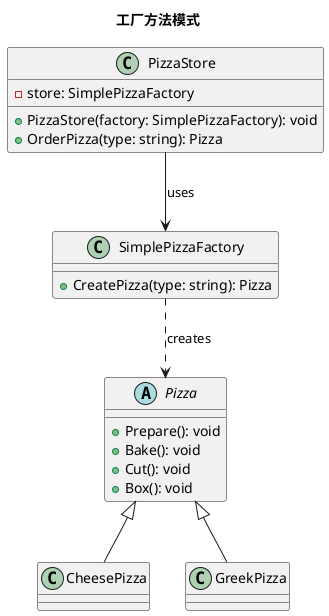
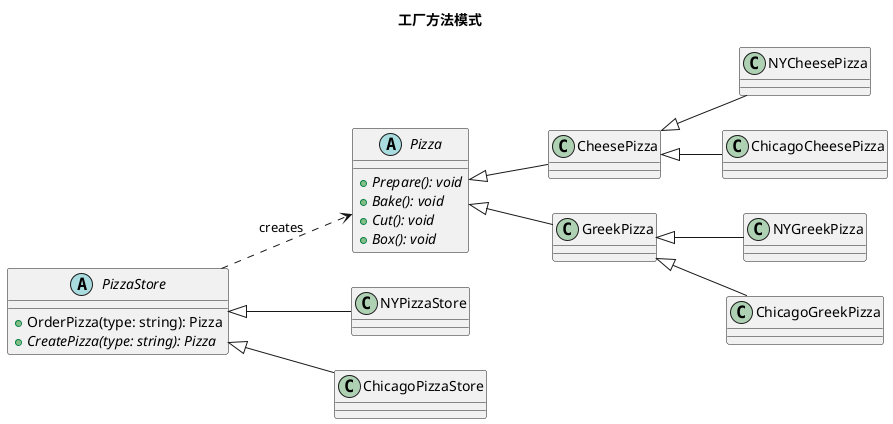
@startuml 工厂方法模式
title 工厂方法模式
+ left to right direction

' === Pizza ===
abstract class Pizza {
-     + Prepare(): void
-     + Bake(): void
-     + Cut(): void
-     + Box(): void
+     + {abstract} Prepare(): void
+     + {abstract} Bake(): void
+     + {abstract} Cut(): void
+     + {abstract} Box(): void
}

class CheesePizza extends Pizza {

}
class GreekPizza extends Pizza {

}
+ class NYCheesePizza extends CheesePizza {
+ 
+ }
+ class NYGreekPizza extends GreekPizza {
+ 
+ }
+ class ChicagoCheesePizza extends CheesePizza {
+ 
+ }
+ class ChicagoGreekPizza extends GreekPizza {
+ 
+ }

' === 商店 ===

- class PizzaStore {
-     - store: SimplePizzaFactory
-     + PizzaStore(factory: SimplePizzaFactory): void
+ abstract class PizzaStore {
    + OrderPizza(type: string): Pizza
+     + {abstract} CreatePizza(type: string): Pizza
}

- ' === 简单工厂 ===
- class SimplePizzaFactory {
-     + CreatePizza(type: string): Pizza
+ class NYPizzaStore extends PizzaStore {
}

+ class ChicagoPizzaStore extends PizzaStore {
+ }
+ 
+ 
' === 关系 ===
- PizzaStore --> SimplePizzaFactory : uses
- SimplePizzaFactory ..> Pizza : creates
+ PizzaStore ..> Pizza : creates


@enduml